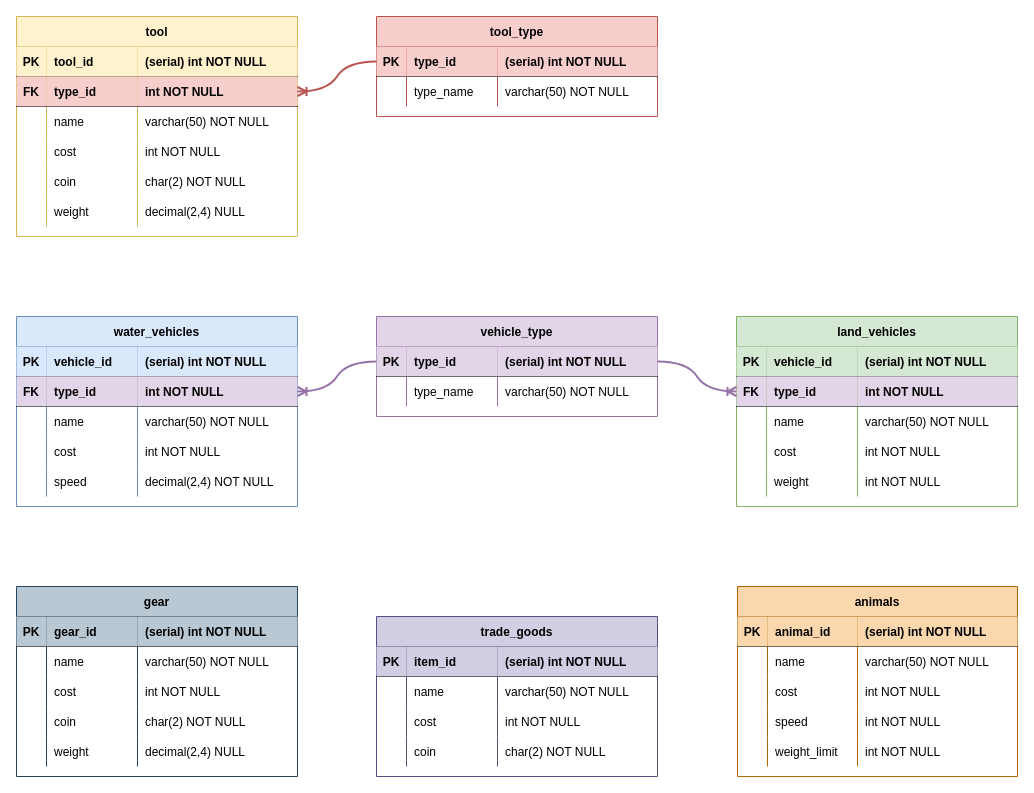
kschuljak/fantasy_shop keeps this draw.io diagram as page "gear" (3 of 3) of diagrams/Entity Relationship Diagram.drawio. Above is the earlier version. Source tidied: cells renumbered, new cells numbered last; positions are measured from the earlier drawing's top-left corner, leaving out a move shared by most shapes. Both pictures are drawn from the tidied source at 100%, with x=0, y=0 at pixel (16, 16).
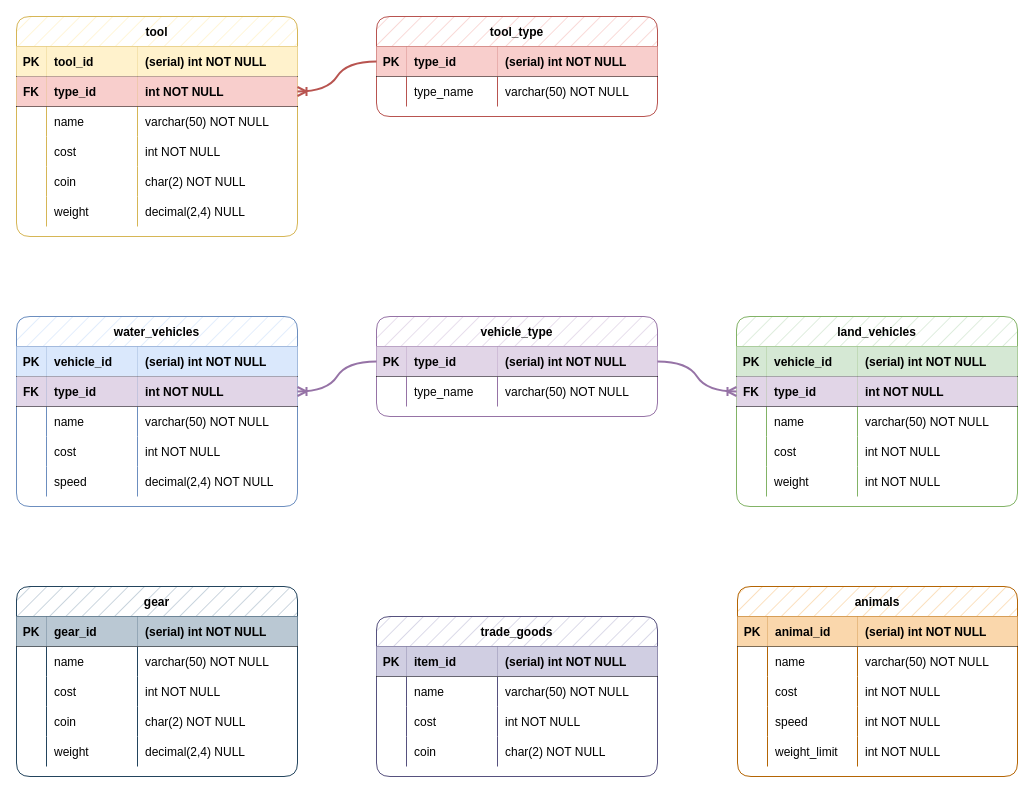
Above is the later version.

Change to the diagram source:
```diff
@@
-    <mxCell id="2" value="gear" style="shape=table;startSize=30;childLayout=tableLayout;rowLines=0;fontStyle=1;align=center;fillColor=#bac8d3;strokeColor=#23445d;" parent="1" vertex="1">
+    <mxCell id="2" value="gear" style="shape=table;startSize=30;childLayout=tableLayout;rowLines=0;fontStyle=1;align=center;fillColor=#bac8d3;strokeColor=#23445d;rounded=1;fillStyle=hatch;" parent="1" vertex="1">
       <mxGeometry y="570" width="281" height="190" as="geometry" />
     </mxCell>
@@
-    <mxCell id="23" value="tool" style="shape=table;startSize=30;childLayout=tableLayout;rowLines=0;fontStyle=1;align=center;fillColor=#fff2cc;strokeColor=#d6b656;" parent="1" vertex="1">
+    <mxCell id="23" value="tool" style="shape=table;startSize=30;childLayout=tableLayout;rowLines=0;fontStyle=1;align=center;fillColor=#fff2cc;strokeColor=#d6b656;fillStyle=hatch;rounded=1;" parent="1" vertex="1">
       <mxGeometry width="281" height="220" as="geometry" />
     </mxCell>
@@
-    <mxCell id="48" value="tool_type" style="shape=table;startSize=30;childLayout=tableLayout;rowLines=0;fontStyle=1;align=center;fillColor=#f8cecc;strokeColor=#b85450;" parent="1" vertex="1">
+    <mxCell id="48" value="tool_type" style="shape=table;startSize=30;childLayout=tableLayout;rowLines=0;fontStyle=1;align=center;fillColor=#f8cecc;strokeColor=#b85450;rounded=1;fillStyle=hatch;" parent="1" vertex="1">
       <mxGeometry x="360" width="281" height="100" as="geometry" />
     </mxCell>
@@
-    <mxCell id="58" value="animals" style="shape=table;startSize=30;childLayout=tableLayout;rowLines=0;fontStyle=1;align=center;fillColor=#fad7ac;strokeColor=#b46504;" parent="1" vertex="1">
+    <mxCell id="58" value="animals" style="shape=table;startSize=30;childLayout=tableLayout;rowLines=0;fontStyle=1;align=center;fillColor=#fad7ac;strokeColor=#b46504;rounded=1;fillStyle=hatch;" parent="1" vertex="1">
       <mxGeometry x="721" y="570" width="280" height="190" as="geometry" />
     </mxCell>
@@
-    <mxCell id="79" value="vehicle_type" style="shape=table;startSize=30;childLayout=tableLayout;rowLines=0;fontStyle=1;align=center;fillColor=#e1d5e7;strokeColor=#9673a6;" parent="1" vertex="1">
+    <mxCell id="79" value="vehicle_type" style="shape=table;startSize=30;childLayout=tableLayout;rowLines=0;fontStyle=1;align=center;fillColor=#e1d5e7;strokeColor=#9673a6;rounded=1;fillStyle=hatch;" parent="1" vertex="1">
       <mxGeometry x="360" y="300" width="281" height="100" as="geometry" />
     </mxCell>
@@
-    <mxCell id="88" value="land_vehicles" style="shape=table;startSize=30;childLayout=tableLayout;rowLines=0;fontStyle=1;align=center;fillColor=#d5e8d4;strokeColor=#82b366;" parent="1" vertex="1">
+    <mxCell id="88" value="land_vehicles" style="shape=table;startSize=30;childLayout=tableLayout;rowLines=0;fontStyle=1;align=center;fillColor=#d5e8d4;strokeColor=#82b366;fillStyle=hatch;rounded=1;" parent="1" vertex="1">
       <mxGeometry x="720" y="300" width="281" height="190" as="geometry" />
     </mxCell>
@@
-    <mxCell id="109" value="water_vehicles" style="shape=table;startSize=30;childLayout=tableLayout;rowLines=0;fontStyle=1;align=center;fillColor=#dae8fc;strokeColor=#6c8ebf;" parent="1" vertex="1">
+    <mxCell id="109" value="water_vehicles" style="shape=table;startSize=30;childLayout=tableLayout;rowLines=0;fontStyle=1;align=center;fillColor=#dae8fc;strokeColor=#6c8ebf;rounded=1;fillStyle=hatch;" parent="1" vertex="1">
       <mxGeometry y="300" width="281" height="190" as="geometry" />
     </mxCell>
@@
-    <mxCell id="132" value="trade_goods" style="shape=table;startSize=30;childLayout=tableLayout;rowLines=0;fontStyle=1;align=center;fillColor=#d0cee2;strokeColor=#56517e;" parent="1" vertex="1">
+    <mxCell id="132" value="trade_goods" style="shape=table;startSize=30;childLayout=tableLayout;rowLines=0;fontStyle=1;align=center;fillColor=#d0cee2;strokeColor=#56517e;rounded=1;fillStyle=hatch;" parent="1" vertex="1">
       <mxGeometry x="360" y="600" width="281" height="160" as="geometry" />
     </mxCell>
```
